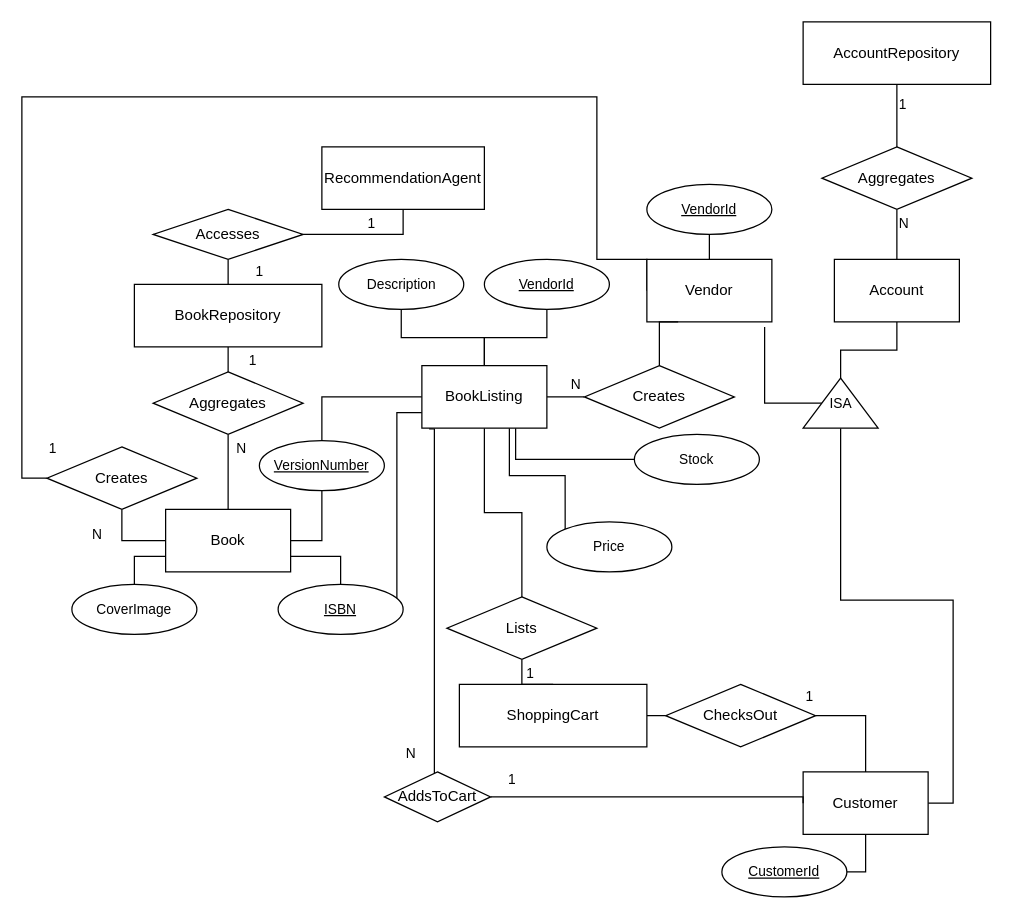
mfurqan26/SYSC4806_Project keeps this draw.io diagram as docs/er_diagram.drawio. Above is the earlier version. Source tidied: cells renumbered, new cells numbered last; positions are measured from the earlier drawing's top-left corner, leaving out a move shared by most shapes. Both pictures are drawn from the tidied source at 125%, with x=0, y=0 at pixel (21, 21).
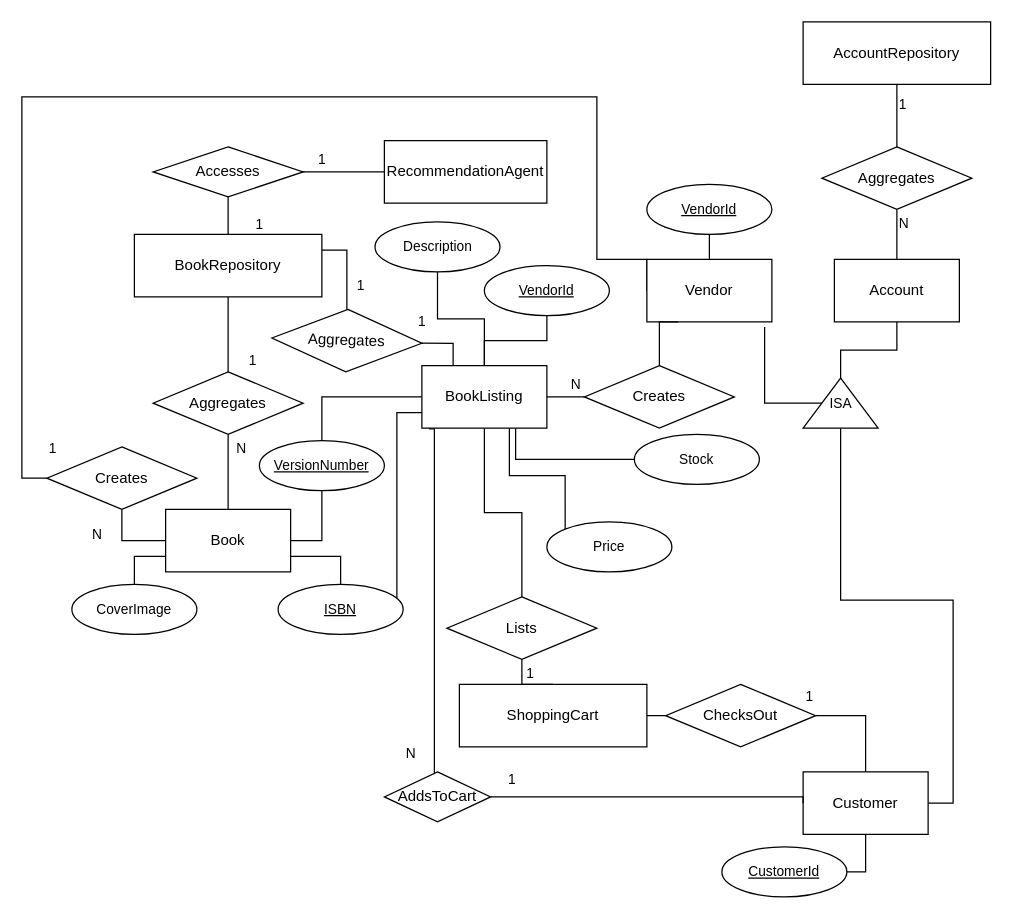
After the change.

Commit message (it also covers changes not shown here):
added book listing relation between bookrepo

The change refers to these unchanged cells:
```xml
<mxCell id="40" value="BookListing" style="html=1;dashed=0;whiteSpace=wrap;" parent="1" vertex="1">
  <mxGeometry x="320" y="275" width="100" height="50" as="geometry" />
</mxCell>
```

The edit, as a diff of the source:
```diff
@@
     <mxCell id="14" value="BookRepository" style="html=1;dashed=0;whiteSpace=wrap;" parent="1" vertex="1">
-      <mxGeometry x="90" y="210" width="150" height="50" as="geometry" />
+      <mxGeometry x="90" y="170" width="150" height="50" as="geometry" />
     </mxCell>
@@
     <mxCell id="41" value="Description" style="ellipse;whiteSpace=wrap;html=1;align=center;fontFamily=Helvetica;fontSize=11;fontColor=default;" parent="1" vertex="1">
-      <mxGeometry x="253.5" y="190" width="100" height="40" as="geometry" />
+      <mxGeometry x="282.5" y="160" width="100" height="40" as="geometry" />
     </mxCell>
@@
     <mxCell id="43" value="VendorId" style="ellipse;whiteSpace=wrap;html=1;align=center;fontStyle=4;fontFamily=Helvetica;fontSize=11;fontColor=default;" parent="1" vertex="1">
-      <mxGeometry x="370" y="190" width="100" height="40" as="geometry" />
+      <mxGeometry x="370" y="195" width="100" height="40" as="geometry" />
     </mxCell>
@@
     <mxCell id="57" value="RecommendationAgent" style="html=1;dashed=0;whiteSpace=wrap;" parent="1" vertex="1">
-      <mxGeometry x="240" y="100" width="130" height="50" as="geometry" />
+      <mxGeometry x="290" y="95" width="130" height="50" as="geometry" />
     </mxCell>
@@
-    <mxCell id="59" value="1" style="edgeStyle=orthogonalEdgeStyle;shape=connector;rounded=0;jettySize=auto;html=1;entryX=0.5;entryY=1;entryDx=0;entryDy=0;labelBackgroundColor=default;strokeColor=default;fontFamily=Helvetica;fontSize=11;fontColor=default;endArrow=none;endFill=0;labelPosition=right;verticalLabelPosition=top;align=left;verticalAlign=bottom;" parent="1" edge="1" source="60" target="57">
-      <mxGeometry relative="1" as="geometry" />
+    <mxCell id="59" value="1" style="edgeStyle=orthogonalEdgeStyle;shape=connector;rounded=0;jettySize=auto;html=1;exitX=1;exitY=0.5;exitDx=0;exitDy=0;entryX=0;entryY=0.5;entryDx=0;entryDy=0;labelBackgroundColor=default;strokeColor=default;fontFamily=Helvetica;fontSize=11;fontColor=default;endArrow=none;endFill=0;" parent="1" edge="1" source="60" target="57">
+      <mxGeometry x="-0.54" y="10" relative="1" as="geometry" />
     </mxCell>
     <mxCell id="60" value="Accesses" style="shape=rhombus;html=1;dashed=0;whiteSpace=wrap;perimeter=rhombusPerimeter;" parent="1" vertex="1">
-      <mxGeometry x="105" y="150" width="120" height="40" as="geometry" />
+      <mxGeometry x="105" y="100" width="120" height="40" as="geometry" />
     </mxCell>
@@
+    <mxCell id="63" value="1" style="edgeStyle=orthogonalEdgeStyle;shape=connector;rounded=0;jettySize=auto;html=1;exitX=1;exitY=0.5;exitDx=0;exitDy=0;entryX=0.25;entryY=0;entryDx=0;entryDy=0;labelBackgroundColor=default;strokeColor=default;fontFamily=Helvetica;fontSize=11;fontColor=default;endArrow=none;endFill=0;" parent="1" edge="1" source="66" target="40">
+      <mxGeometry x="-1" y="17" relative="1" as="geometry" />
+    </mxCell>
+    <mxCell id="64" style="edgeStyle=orthogonalEdgeStyle;shape=connector;rounded=0;jettySize=auto;html=1;entryX=1;entryY=0.25;entryDx=0;entryDy=0;labelBackgroundColor=default;strokeColor=default;fontFamily=Helvetica;fontSize=11;fontColor=default;endArrow=none;endFill=0;" parent="1" edge="1" source="66" target="14">
+      <mxGeometry relative="1" as="geometry" />
+    </mxCell>
+    <mxCell id="65" value="1" style="edgeLabel;html=1;align=center;verticalAlign=middle;fontSize=11;fontFamily=Helvetica;fontColor=default;" parent="64" vertex="1">
+      <mxGeometry x="0.01" y="-2" relative="1" as="geometry">
+        <mxPoint x="8" y="14" as="offset" />
+      </mxGeometry>
+    </mxCell>
+    <mxCell id="66" value="Aggregates" style="shape=rhombus;html=1;dashed=0;whiteSpace=wrap;perimeter=rhombusPerimeter;rotation=2;" parent="1" vertex="1">
+      <mxGeometry x="200" y="230" width="120" height="50" as="geometry" />
+    </mxCell>
```
